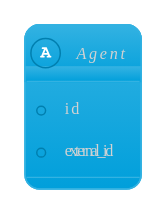
Earlier version of the PlantUML export docs/diagrams/out/agent.svg (chronicleworks/chronicle).
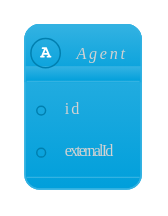
The same diagram one commit later.

The edit, as a diff of the source:
```diff
@@ -3,6 +3,6 @@
 
 abstract Agent {
 + id
-+ external_id
++ externalId
 }
 @enduml
```
